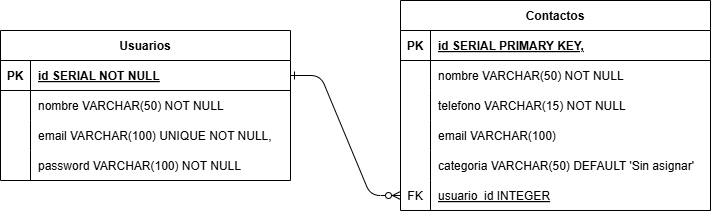
Earlier version of the draw.io export assets/DiagramaER.png (ImKrav/CleanCodeProject). Source tidied: cells renumbered, new cells last; positions are measured from the earlier drawing's top-left corner, leaving out a move shared by most shapes.
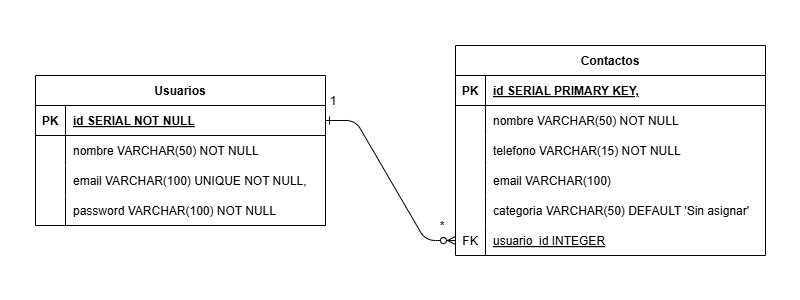
Above is the later version.

Commit message:
Corrección de Diagrama Entidad-Relación

What changed in the source:
```diff
@@ -6,7 +6,7 @@
       <mxGeometry relative="1" as="geometry" />
     </mxCell>
     <mxCell id="3" value="Contactos" style="shape=table;startSize=30;rowLines=0;fontStyle=1;align=center;" parent="1" vertex="1">
-      <mxGeometry x="400" width="310" height="210" as="geometry" />
+      <mxGeometry x="385" y="-75" width="310" height="210" as="geometry" />
     </mxCell>
     <mxCell id="4" style="shape=partialRectangle;fillColor=none;top=0;left=0;right=0;bottom=1;" parent="3" vertex="1">
       <mxGeometry y="30" width="310" height="30" as="geometry" />
@@ -63,7 +63,7 @@
       <mxGeometry x="30" width="280" height="30" as="geometry" />
     </mxCell>
     <mxCell id="22" value="Usuarios" style="shape=table;startSize=30;rowLines=0;fontStyle=1;align=center;" parent="1" vertex="1">
-      <mxGeometry y="30" width="290" height="150" as="geometry" />
+      <mxGeometry x="-35" y="-45" width="290" height="150" as="geometry" />
     </mxCell>
     <mxCell id="23" style="shape=partialRectangle;fillColor=none;points=[[0,0.5],[1,0.5]];portConstraint=eastwest;top=0;left=0;right=0;bottom=1;" parent="22" vertex="1">
       <mxGeometry y="30" width="290" height="30" as="geometry" />
@@ -101,5 +101,11 @@
     <mxCell id="34" value="password VARCHAR(100) NOT NULL" style="shape=partialRectangle;overflow=hidden;fillColor=none;top=0;left=0;bottom=0;right=0;align=left;spacingLeft=6;" parent="32" vertex="1">
       <mxGeometry x="30" width="260" height="30" as="geometry" />
     </mxCell>
+    <mxCell id="35" value="1" style="text;strokeColor=none;align=center;fillColor=none;html=1;verticalAlign=middle;whiteSpace=wrap;rounded=0;" parent="1" vertex="1">
+      <mxGeometry x="233" y="-34" width="60" height="30" as="geometry" />
+    </mxCell>
+    <mxCell id="36" value="*" style="text;strokeColor=none;align=center;fillColor=none;html=1;verticalAlign=middle;whiteSpace=wrap;rounded=0;" parent="1" vertex="1">
+      <mxGeometry x="342" y="91" width="60" height="30" as="geometry" />
+    </mxCell>
   </root>
 </mxGraphModel>
```
